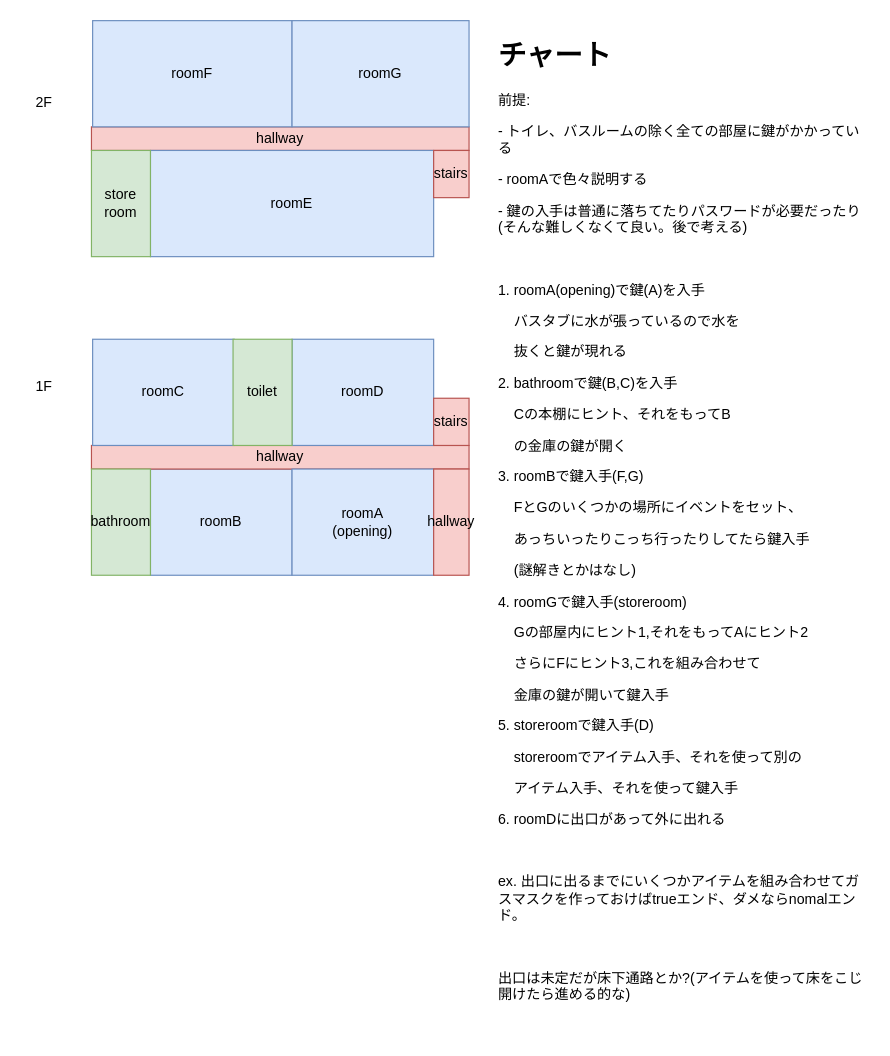
The draw.io diagram chart.drawio in mijinc0/escape_game, before the edit. Source tidied: cells renumbered, new cells numbered last; positions are measured from the earlier drawing's top-left corner, leaving out a move shared by most shapes. Both pictures are drawn from the tidied source at 118%, with x=0, y=0 at pixel (20, 20).
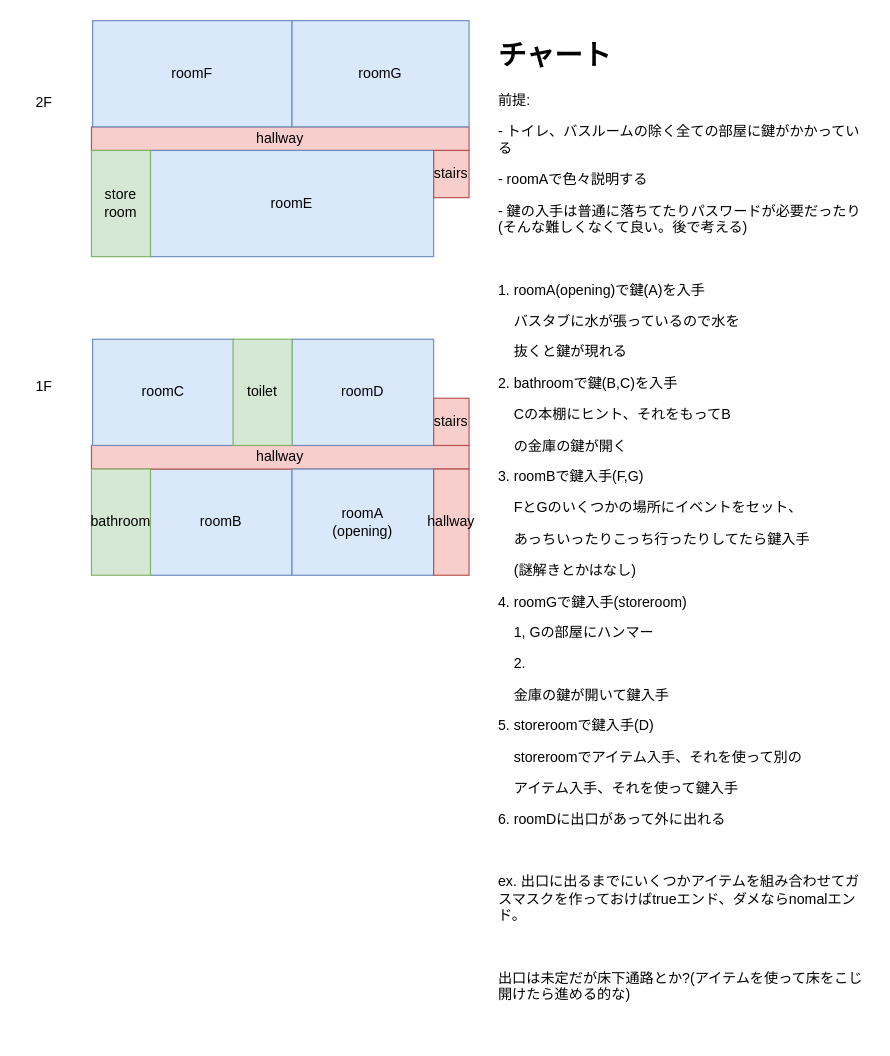
After the change.

What changed in the source:
```diff
@@
 <mxGraphModel>
   <root>
     <mxCell id="0" />
     <mxCell id="1" parent="0" />
     <mxCell id="2" value="roomB" style="rounded=0;whiteSpace=wrap;html=1;fillColor=#dae8fc;strokeColor=#6c8ebf;" parent="1" vertex="1">
       <mxGeometry x="110" y="380" width="120" height="90" as="geometry" />
     </mxCell>
     <mxCell id="3" value="hallway" style="rounded=0;whiteSpace=wrap;html=1;fillColor=#f8cecc;strokeColor=#b85450;" parent="1" vertex="1">
       <mxGeometry x="60" y="360" width="320" height="20" as="geometry" />
     </mxCell>
     <mxCell id="4" value="roomC&lt;br&gt;" style="rounded=0;whiteSpace=wrap;html=1;fillColor=#dae8fc;strokeColor=#6c8ebf;" parent="1" vertex="1">
       <mxGeometry x="61" y="270" width="120" height="90" as="geometry" />
     </mxCell>
     <mxCell id="5" value="roomD" style="rounded=0;whiteSpace=wrap;html=1;fillColor=#dae8fc;strokeColor=#6c8ebf;" parent="1" vertex="1">
       <mxGeometry x="230" y="270" width="120" height="90" as="geometry" />
     </mxCell>
     <mxCell id="6" value="roomA&lt;br&gt;(opening)" style="rounded=0;whiteSpace=wrap;html=1;fillColor=#dae8fc;strokeColor=#6c8ebf;" parent="1" vertex="1">
       <mxGeometry x="230" y="380" width="120" height="90" as="geometry" />
     </mxCell>
     <mxCell id="7" value="toilet" style="rounded=0;whiteSpace=wrap;html=1;fillColor=#d5e8d4;strokeColor=#82b366;" parent="1" vertex="1">
       <mxGeometry x="180" y="270" width="50" height="90" as="geometry" />
     </mxCell>
     <mxCell id="8" value="bathroom" style="rounded=0;whiteSpace=wrap;html=1;fillColor=#d5e8d4;strokeColor=#82b366;" parent="1" vertex="1">
       <mxGeometry x="60" y="380" width="50" height="90" as="geometry" />
     </mxCell>
     <mxCell id="9" value="stairs" style="rounded=0;whiteSpace=wrap;html=1;fillColor=#f8cecc;strokeColor=#b85450;" parent="1" vertex="1">
       <mxGeometry x="350" y="320" width="30" height="40" as="geometry" />
     </mxCell>
     <mxCell id="10" value="hallway" style="rounded=0;whiteSpace=wrap;html=1;fillColor=#f8cecc;strokeColor=#b85450;" parent="1" vertex="1">
       <mxGeometry x="350" y="380" width="30" height="90" as="geometry" />
     </mxCell>
     <mxCell id="11" value="1F" style="text;html=1;strokeColor=none;fillColor=none;align=center;verticalAlign=middle;whiteSpace=wrap;rounded=0;" parent="1" vertex="1">
       <mxGeometry y="300" width="40" height="20" as="geometry" />
     </mxCell>
     <mxCell id="12" value="hallway" style="rounded=0;whiteSpace=wrap;html=1;fillColor=#f8cecc;strokeColor=#b85450;" parent="1" vertex="1">
       <mxGeometry x="60" y="90" width="320" height="20" as="geometry" />
     </mxCell>
     <mxCell id="13" value="roomF" style="rounded=0;whiteSpace=wrap;html=1;fillColor=#dae8fc;strokeColor=#6c8ebf;" parent="1" vertex="1">
       <mxGeometry x="61" width="169" height="90" as="geometry" />
     </mxCell>
     <mxCell id="14" value="roomG" style="rounded=0;whiteSpace=wrap;html=1;fillColor=#dae8fc;strokeColor=#6c8ebf;" parent="1" vertex="1">
       <mxGeometry x="230" width="150" height="90" as="geometry" />
     </mxCell>
     <mxCell id="15" value="roomE" style="rounded=0;whiteSpace=wrap;html=1;fillColor=#dae8fc;strokeColor=#6c8ebf;" parent="1" vertex="1">
       <mxGeometry x="110" y="110" width="240" height="90" as="geometry" />
     </mxCell>
     <mxCell id="16" value="store&lt;br&gt;room" style="rounded=0;whiteSpace=wrap;html=1;fillColor=#d5e8d4;strokeColor=#82b366;" parent="1" vertex="1">
       <mxGeometry x="60" y="110" width="50" height="90" as="geometry" />
     </mxCell>
     <mxCell id="17" value="stairs" style="rounded=0;whiteSpace=wrap;html=1;fillColor=#f8cecc;strokeColor=#b85450;" parent="1" vertex="1">
       <mxGeometry x="350" y="110" width="30" height="40" as="geometry" />
     </mxCell>
     <mxCell id="18" value="2F" style="text;html=1;strokeColor=none;fillColor=none;align=center;verticalAlign=middle;whiteSpace=wrap;rounded=0;" parent="1" vertex="1">
       <mxGeometry y="60" width="40" height="20" as="geometry" />
     </mxCell>
-    <mxCell id="19" value="&lt;h1&gt;チャート&lt;/h1&gt;&lt;p&gt;前提:&lt;/p&gt;&lt;p&gt;- トイレ、バスルームの除く全ての部屋に鍵がかかっている&lt;/p&gt;&lt;p&gt;- roomAで色々説明する&lt;/p&gt;&lt;p&gt;- 鍵の入手は普通に落ちてたりパスワードが必要だったり(そんな難しくなくて良い。後で考える)&lt;/p&gt;&lt;p&gt;&lt;br&gt;&lt;/p&gt;&lt;p&gt;1. roomA(opening)で鍵(A)を入手&lt;/p&gt;&lt;p&gt;&amp;nbsp; &amp;nbsp; バスタブに水が張っているので水を&lt;/p&gt;&lt;p&gt;&amp;nbsp; &amp;nbsp; 抜くと鍵が現れる&lt;/p&gt;&lt;p&gt;2. bathroomで鍵(B,C)を入手&lt;/p&gt;&lt;p&gt;&amp;nbsp; &amp;nbsp; Cの本棚にヒント、それをもってB&lt;/p&gt;&lt;p&gt;&amp;nbsp; &amp;nbsp; の金庫の鍵が開く&lt;/p&gt;&lt;p&gt;3. roomBで鍵入手(F,G)&lt;/p&gt;&lt;p&gt;&amp;nbsp; &amp;nbsp; FとGのいくつかの場所にイベントを&lt;span&gt;セット、&lt;/span&gt;&lt;/p&gt;&lt;p&gt;&amp;nbsp; &amp;nbsp; あっちいったりこっち行ったりしてたら鍵入手&lt;/p&gt;&lt;p&gt;&amp;nbsp; &amp;nbsp; (謎解きとかはなし)&lt;/p&gt;&lt;p&gt;4. roomGで鍵入手(storeroom)&lt;/p&gt;&lt;p&gt;&amp;nbsp; &amp;nbsp; Gの部屋内にヒント1,それをもってAにヒント2&lt;/p&gt;&lt;p&gt;&amp;nbsp; &amp;nbsp; さらにFにヒント3,これを組み合わせて&lt;/p&gt;&lt;p&gt;&amp;nbsp; &amp;nbsp; 金庫の鍵が開いて鍵入手&lt;/p&gt;&lt;p&gt;5. storeroomで鍵入手(D)&lt;/p&gt;&lt;p&gt;&amp;nbsp; &amp;nbsp; storeroomでアイテム入手、それを使って別の&lt;/p&gt;&lt;p&gt;&amp;nbsp; &amp;nbsp; アイテム入手、それを使って鍵入手&lt;/p&gt;&lt;p&gt;6. roomDに出口があって外に出れる&lt;/p&gt;&lt;p&gt;&lt;br&gt;&lt;/p&gt;&lt;p&gt;ex. 出口に出るまでにいくつかアイテムを組み合わせてガスマスクを作っておけばtrueエンド、ダメならnomalエンド。&lt;/p&gt;&lt;p&gt;&lt;br&gt;&lt;/p&gt;&lt;p&gt;出口は未定だが床下通路とか?(アイテムを使って床をこじ開けたら進める的な)&lt;/p&gt;" style="text;html=1;strokeColor=none;fillColor=none;spacing=5;spacingTop=-20;whiteSpace=wrap;overflow=hidden;rounded=0;align=left;" parent="1" vertex="1">
+    <mxCell id="19" value="&lt;h1&gt;チャート&lt;/h1&gt;&lt;p&gt;前提:&lt;/p&gt;&lt;p&gt;- トイレ、バスルームの除く全ての部屋に鍵がかかっている&lt;/p&gt;&lt;p&gt;- roomAで色々説明する&lt;/p&gt;&lt;p&gt;- 鍵の入手は普通に落ちてたりパスワードが必要だったり(そんな難しくなくて良い。後で考える)&lt;/p&gt;&lt;p&gt;&lt;br&gt;&lt;/p&gt;&lt;p&gt;1. roomA(opening)で鍵(A)を入手&lt;/p&gt;&lt;p&gt;&amp;nbsp; &amp;nbsp; バスタブに水が張っているので水を&lt;/p&gt;&lt;p&gt;&amp;nbsp; &amp;nbsp; 抜くと鍵が現れる&lt;/p&gt;&lt;p&gt;2. bathroomで鍵(B,C)を入手&lt;/p&gt;&lt;p&gt;&amp;nbsp; &amp;nbsp; Cの本棚にヒント、それをもってB&lt;/p&gt;&lt;p&gt;&amp;nbsp; &amp;nbsp; の金庫の鍵が開く&lt;/p&gt;&lt;p&gt;3. roomBで鍵入手(F,G)&lt;/p&gt;&lt;p&gt;&amp;nbsp; &amp;nbsp; FとGのいくつかの場所にイベントを&lt;span&gt;セット、&lt;/span&gt;&lt;/p&gt;&lt;p&gt;&amp;nbsp; &amp;nbsp; あっちいったりこっち行ったりしてたら鍵入手&lt;/p&gt;&lt;p&gt;&amp;nbsp; &amp;nbsp; (謎解きとかはなし)&lt;/p&gt;&lt;p&gt;4. roomGで鍵入手(storeroom)&lt;/p&gt;&lt;p&gt;&amp;nbsp; &amp;nbsp; 1, Gの部屋にハンマー&lt;/p&gt;&lt;p&gt;&amp;nbsp; &amp;nbsp; 2.&amp;nbsp;&lt;/p&gt;&lt;p&gt;&amp;nbsp; &amp;nbsp; 金庫の鍵が開いて鍵入手&lt;/p&gt;&lt;p&gt;5. storeroomで鍵入手(D)&lt;/p&gt;&lt;p&gt;&amp;nbsp; &amp;nbsp; storeroomでアイテム入手、それを使って別の&lt;/p&gt;&lt;p&gt;&amp;nbsp; &amp;nbsp; アイテム入手、それを使って鍵入手&lt;/p&gt;&lt;p&gt;6. roomDに出口があって外に出れる&lt;/p&gt;&lt;p&gt;&lt;br&gt;&lt;/p&gt;&lt;p&gt;ex. 出口に出るまでにいくつかアイテムを組み合わせてガスマスクを作っておけばtrueエンド、ダメならnomalエンド。&lt;/p&gt;&lt;p&gt;&lt;br&gt;&lt;/p&gt;&lt;p&gt;出口は未定だが床下通路とか?(アイテムを使って床をこじ開けたら進める的な)&lt;/p&gt;" style="text;html=1;strokeColor=none;fillColor=none;spacing=5;spacingTop=-20;whiteSpace=wrap;overflow=hidden;rounded=0;align=left;" parent="1" vertex="1">
       <mxGeometry x="400" y="10" width="320" height="850" as="geometry" />
     </mxCell>
   </root>
 </mxGraphModel>
```
